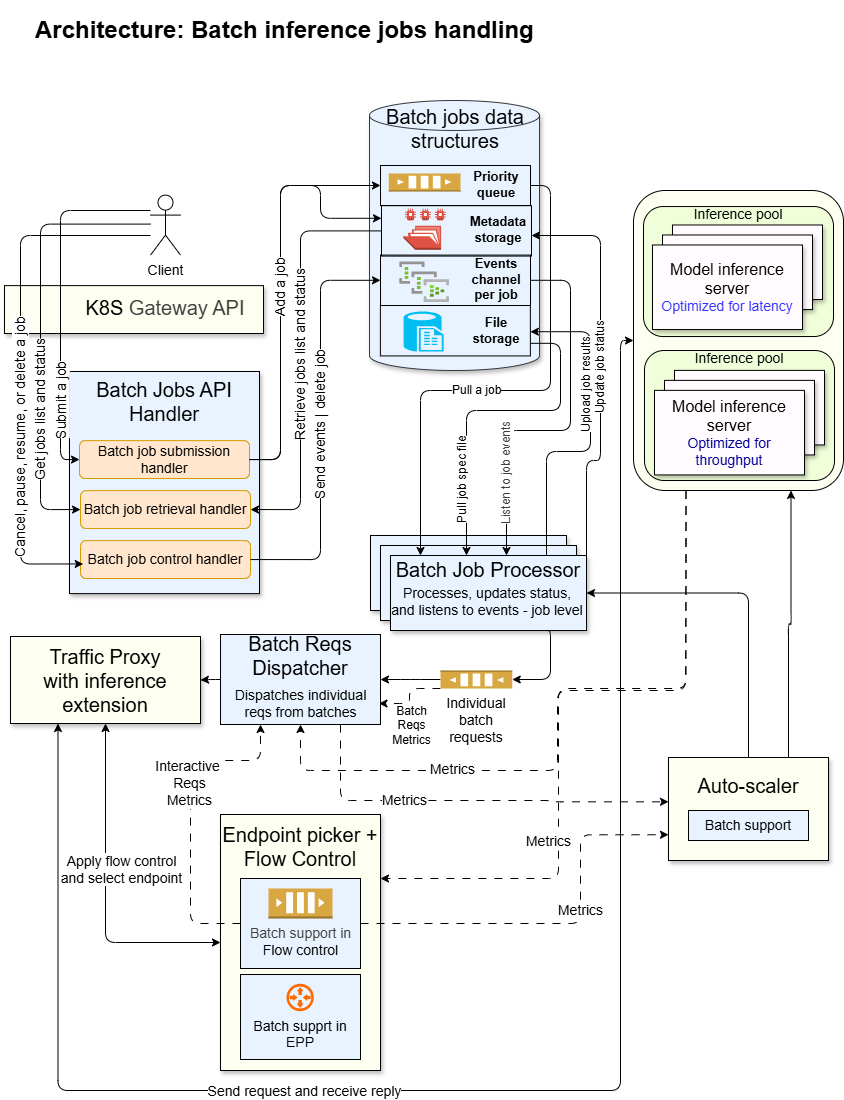
llm-d-incubation/batch-gateway keeps this draw.io diagram as docs/design/diagrams/arch_1.png. Above is the earlier version. Source tidied: cells renumbered, new cells last; positions are measured from the earlier drawing's top-left corner, leaving out a move shared by most shapes.
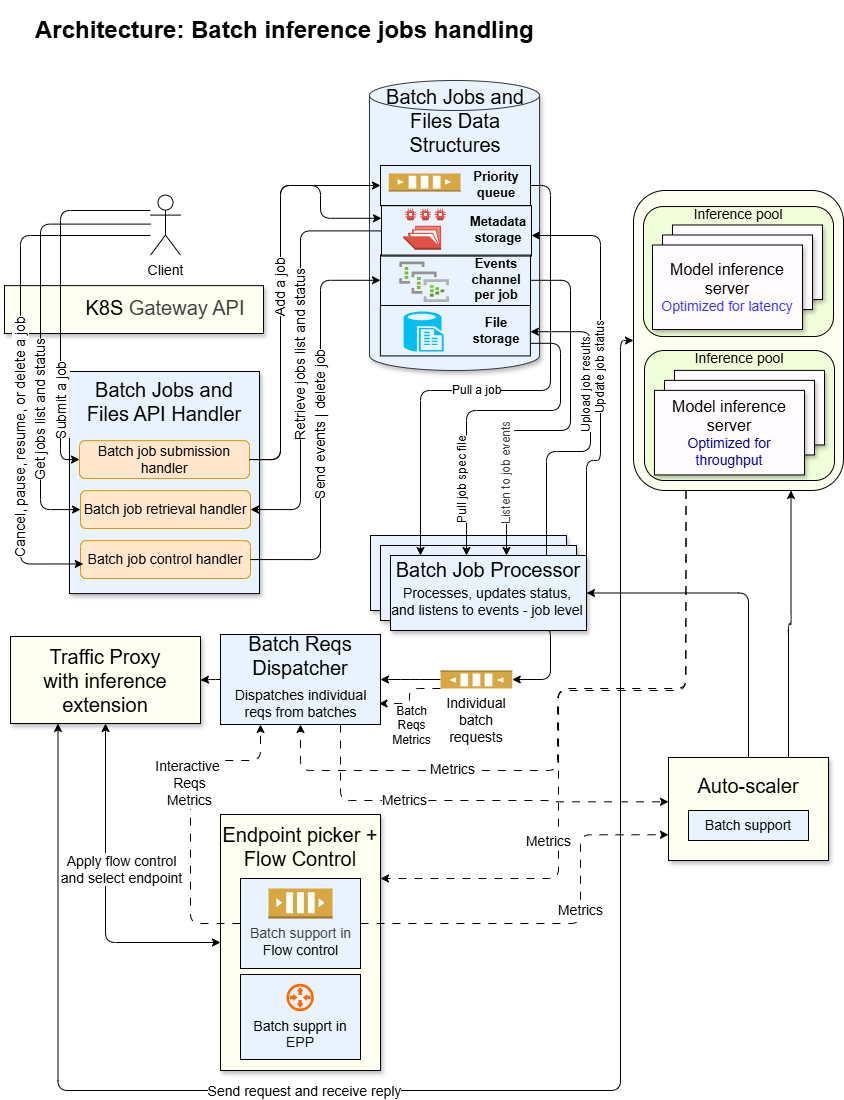
After the commit.

The edit, as a diff of the source:
```diff
@@ -27,7 +27,7 @@
       <mxGeometry x="640" y="340" width="190" height="130" as="geometry" />
     </mxCell>
     <mxCell id="8" style="shape=cylinder3;whiteSpace=wrap;html=1;boundedLbl=1;backgroundOutline=1;size=15;strokeColor=#36393d;strokeWidth=1;fillColor=#E9F3FF;shadow=1;" parent="1" vertex="1">
-      <mxGeometry x="365" y="90" width="170" height="270" as="geometry" />
+      <mxGeometry x="365" y="70" width="170" height="290" as="geometry" />
     </mxCell>
     <mxCell id="9" style="whiteSpace=wrap;html=1;shadow=1;fillColor=#FFFBFE;" parent="1" vertex="1">
       <mxGeometry x="668" y="214.5" width="150" height="74.5" as="geometry" />
@@ -234,8 +234,8 @@
         <mxPoint x="-2" y="38" as="offset" />
       </mxGeometry>
     </mxCell>
-    <mxCell id="49" value="Batch jobs data structures" style="text;html=1;align=center;verticalAlign=middle;whiteSpace=wrap;rounded=0;fontSize=20;" parent="1" vertex="1">
-      <mxGeometry x="374.9" y="91" width="152.1" height="53" as="geometry" />
+    <mxCell id="49" value="Batch Jobs and Files Data Structures" style="text;html=1;align=center;verticalAlign=middle;whiteSpace=wrap;rounded=0;fontSize=20;" parent="1" vertex="1">
+      <mxGeometry x="374.9" y="83" width="152.1" height="53" as="geometry" />
     </mxCell>
     <mxCell id="50" style="rounded=0;whiteSpace=wrap;html=1;textOpacity=0;labelBorderColor=none;fillColor=none;textShadow=1;" parent="1" vertex="1">
       <mxGeometry x="375.9" y="295" width="150" height="50.4" as="geometry" />
@@ -291,7 +291,7 @@
     <mxCell id="61" value="&lt;div&gt;&lt;font&gt;Auto-scaler&lt;/font&gt;&lt;/div&gt;&lt;div&gt;&lt;font&gt;&lt;br&gt;&lt;/font&gt;&lt;/div&gt;&lt;div&gt;&lt;br&gt;&lt;/div&gt;" style="whiteSpace=wrap;html=1;fillColor=#FDFFF0;strokeColor=default;fontSize=20;shadow=1;" parent="1" vertex="1">
       <mxGeometry x="664" y="747" width="160" height="103" as="geometry" />
     </mxCell>
-    <mxCell id="62" value="&lt;div&gt;&lt;span style=&quot;background-color: initial;&quot;&gt;&lt;font&gt;Batch Jobs API Handler&lt;/font&gt;&lt;/span&gt;&lt;/div&gt;" style="text;strokeColor=none;align=center;fillColor=none;html=1;verticalAlign=middle;whiteSpace=wrap;rounded=0;fontSize=20;" parent="1" vertex="1">
+    <mxCell id="62" value="&lt;div&gt;&lt;span style=&quot;background-color: initial;&quot;&gt;&lt;font&gt;Batch Jobs and Files API Handler&lt;/font&gt;&lt;/span&gt;&lt;/div&gt;" style="text;strokeColor=none;align=center;fillColor=none;html=1;verticalAlign=middle;whiteSpace=wrap;rounded=0;fontSize=20;" parent="1" vertex="1">
       <mxGeometry x="70" y="368.4" width="180" height="44.6" as="geometry" />
     </mxCell>
     <mxCell id="63" style="rounded=0;whiteSpace=wrap;html=1;fillColor=#E9F3FF;" parent="1" vertex="1">
```
